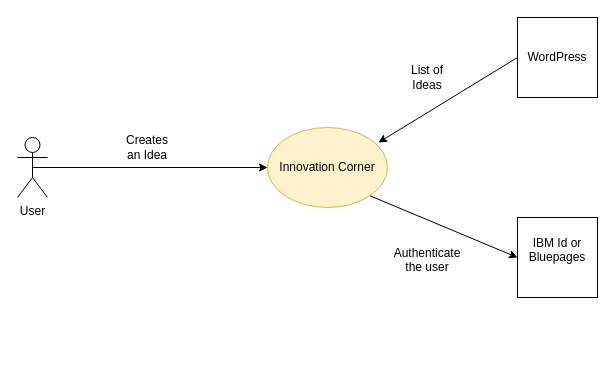
Before: System Context.drawio in bhagyaravi/knative-ocp-3.11, a draw.io diagram. Source tidied: cells renumbered, new cells numbered last; positions are measured from the earlier drawing's top-left corner, leaving out a move shared by most shapes. Both pictures are drawn from the tidied source at 100%, with x=0, y=0 at pixel (17, 17).
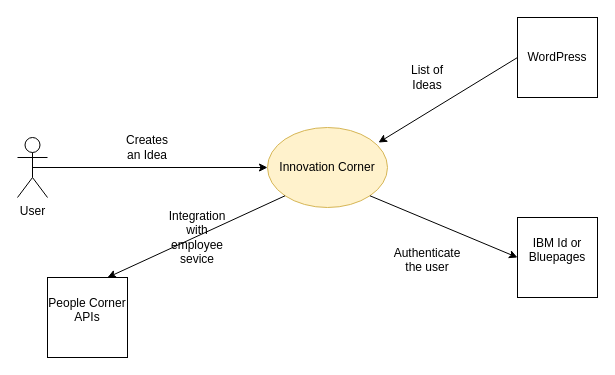
After the change.

The edit, as a diff of the source:
```diff
@@
 <mxGraphModel>
   <root>
     <mxCell id="0" />
     <mxCell id="1" parent="0" />
     <mxCell id="2" value="Innovation Corner" style="ellipse;whiteSpace=wrap;html=1;fillColor=#fff2cc;strokeColor=#d6b656;" parent="1" vertex="1">
       <mxGeometry x="250" y="110" width="120" height="80" as="geometry" />
     </mxCell>
     <mxCell id="3" value="User" style="shape=umlActor;verticalLabelPosition=bottom;verticalAlign=top;html=1;outlineConnect=0;" parent="1" vertex="1">
       <mxGeometry y="120" width="30" height="60" as="geometry" />
     </mxCell>
     <mxCell id="4" style="endArrow=classic;html=1;exitX=0.5;exitY=0.5;exitDx=0;exitDy=0;exitPerimeter=0;entryX=0;entryY=0.5;entryDx=0;entryDy=0;" parent="1" edge="1" source="3" target="2">
       <mxGeometry relative="1" as="geometry" />
     </mxCell>
     <mxCell id="5" value="Creates an Idea" style="text;html=1;strokeColor=none;fillColor=none;align=center;verticalAlign=middle;whiteSpace=wrap;rounded=0;" parent="1" vertex="1">
       <mxGeometry x="110" y="120" width="40" height="20" as="geometry" />
     </mxCell>
     <mxCell id="6" value="WordPress" style="whiteSpace=wrap;html=1;" parent="1" vertex="1">
       <mxGeometry x="500" width="80" height="80" as="geometry" />
     </mxCell>
     <mxCell id="7" style="endArrow=classic;html=1;exitX=0;exitY=0.5;exitDx=0;exitDy=0;entryX=0.925;entryY=0.188;entryDx=0;entryDy=0;entryPerimeter=0;" parent="1" edge="1" source="6" target="2">
       <mxGeometry relative="1" as="geometry" />
     </mxCell>
     <mxCell id="8" value="List of Ideas" style="text;html=1;strokeColor=none;fillColor=none;align=center;verticalAlign=middle;whiteSpace=wrap;rounded=0;" parent="1" vertex="1">
       <mxGeometry x="390" y="50" width="40" height="20" as="geometry" />
     </mxCell>
     <mxCell id="9" value="&lt;div&gt;IBM Id or Bluepages &lt;br&gt;&lt;/div&gt;&lt;div&gt;&lt;br&gt;&lt;/div&gt;" style="whiteSpace=wrap;html=1;" parent="1" vertex="1">
       <mxGeometry x="500" y="200" width="80" height="80" as="geometry" />
     </mxCell>
     <mxCell id="10" style="endArrow=classic;html=1;exitX=1;exitY=1;exitDx=0;exitDy=0;entryX=0;entryY=0.5;entryDx=0;entryDy=0;" parent="1" edge="1" source="2" target="9">
       <mxGeometry relative="1" as="geometry" />
     </mxCell>
     <mxCell id="11" value="&lt;div&gt;Authenticate the user&lt;/div&gt;&lt;div&gt;&lt;br&gt;&lt;/div&gt;" style="text;html=1;strokeColor=none;fillColor=none;align=center;verticalAlign=middle;whiteSpace=wrap;rounded=0;" parent="1" vertex="1">
       <mxGeometry x="390" y="240" width="40" height="20" as="geometry" />
     </mxCell>
+    <mxCell id="12" value="&lt;div&gt;People Corner APIs&lt;br&gt;&lt;/div&gt;&lt;div&gt;&lt;br&gt;&lt;/div&gt;" style="whiteSpace=wrap;html=1;" parent="1" vertex="1">
+      <mxGeometry x="30" y="260" width="80" height="80" as="geometry" />
+    </mxCell>
+    <mxCell id="13" style="endArrow=classic;html=1;entryX=0.75;entryY=0;entryDx=0;entryDy=0;exitX=0;exitY=1;exitDx=0;exitDy=0;" parent="1" edge="1" source="2" target="12">
+      <mxGeometry relative="1" as="geometry" />
+    </mxCell>
+    <mxCell id="14" value="Integration with employee sevice" style="text;html=1;strokeColor=none;fillColor=none;align=center;verticalAlign=middle;whiteSpace=wrap;rounded=0;" parent="1" vertex="1">
+      <mxGeometry x="160" y="210" width="40" height="20" as="geometry" />
+    </mxCell>
   </root>
 </mxGraphModel>
```
